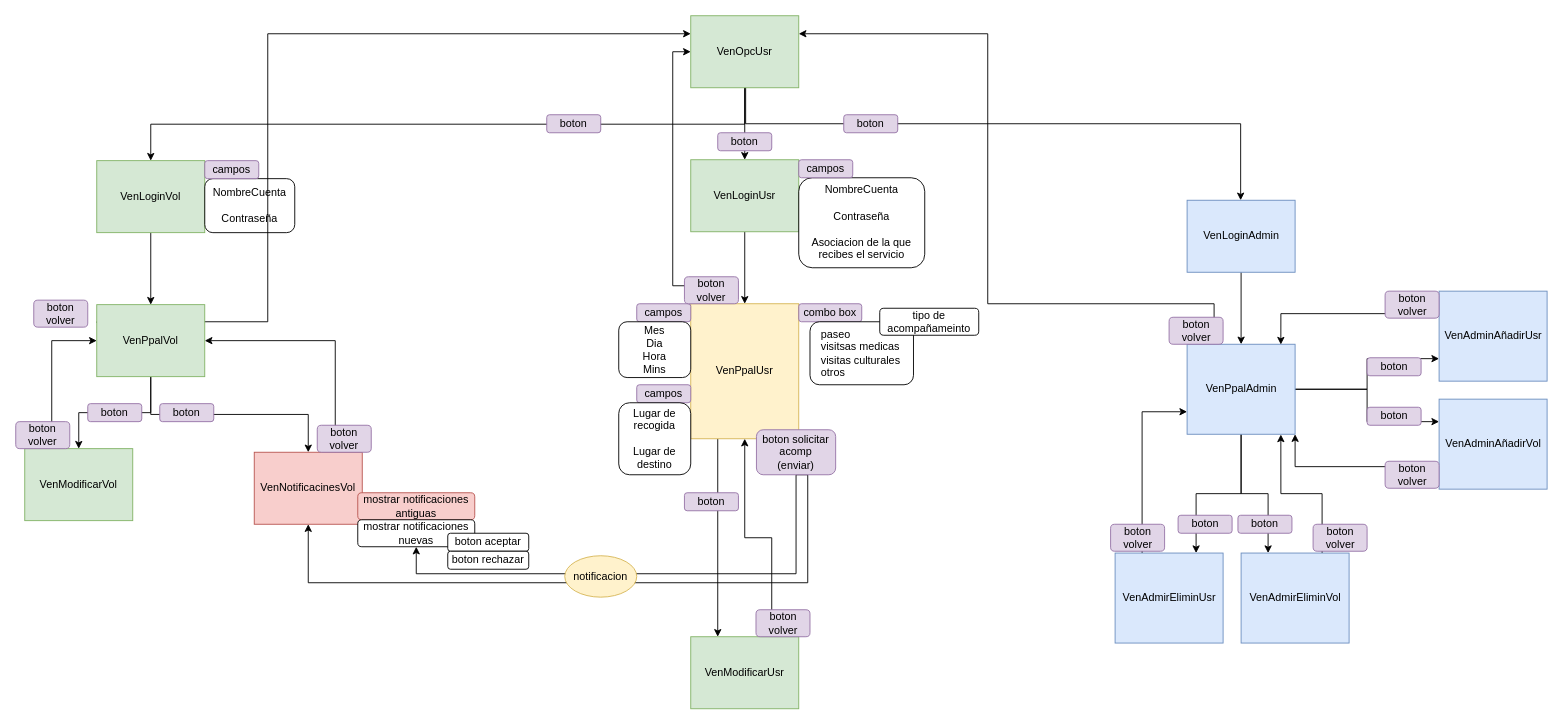
Before: Ventanas.drawio in Millan214/Volunteering-Services, a draw.io diagram. Source tidied: cells renumbered, new cells numbered last; positions are measured from the earlier drawing's top-left corner, leaving out a move shared by most shapes. Both pictures are drawn from the tidied source at 90%, with x=0, y=0 at pixel (15, 15).
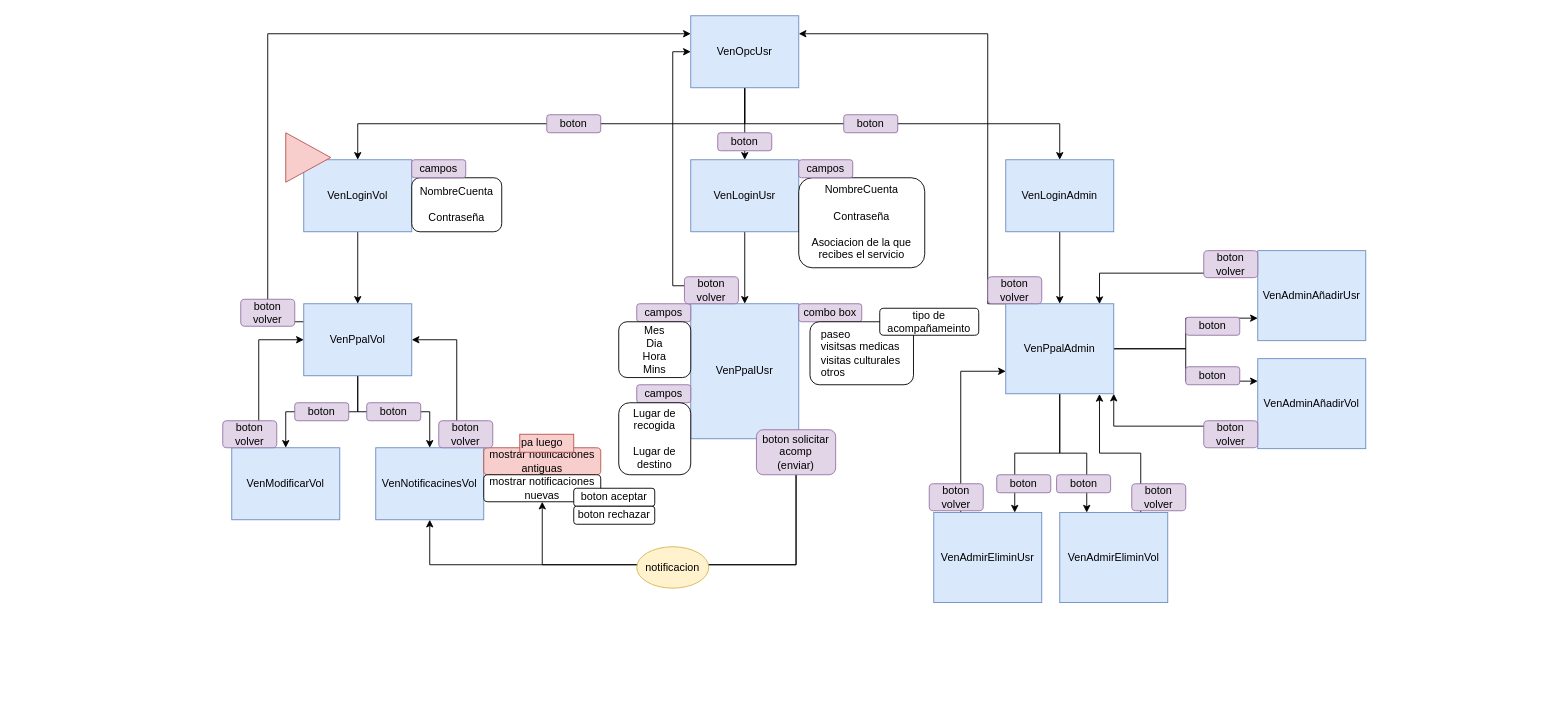
The same page after the edit.

The change refers to these unchanged cells:
```xml
<mxCell id="63" value="boton solicitar&lt;br&gt;acomp&lt;br&gt;(enviar)" style="rounded=1;whiteSpace=wrap;html=1;fillColor=#e1d5e7;strokeColor=#9673a6;" parent="1" vertex="1">
  <mxGeometry x="823" y="460" width="88" height="50" as="geometry" />
</mxCell>
```

Diff of the diagram source:
```diff
@@
     <mxCell id="2" style="edgeStyle=orthogonalEdgeStyle;rounded=0;jettySize=auto;html=1;exitX=0.5;exitY=1;exitDx=0;exitDy=0;" parent="1" edge="1" source="5" target="7">
-      <mxGeometry relative="1" as="geometry">
-        <Array as="points">
-          <mxPoint x="811" y="120" />
-          <mxPoint x="1361" y="120" />
-        </Array>
-      </mxGeometry>
+      <mxGeometry relative="1" as="geometry" />
     </mxCell>
@@
-    <mxCell id="5" value="VenOpcUsr" style="rounded=0;whiteSpace=wrap;html=1;fillColor=#d5e8d4;strokeColor=#82b366;" parent="1" vertex="1">
+    <mxCell id="5" value="VenOpcUsr" style="rounded=0;whiteSpace=wrap;html=1;fillColor=#dae8fc;strokeColor=#6c8ebf;" parent="1" vertex="1">
       <mxGeometry x="750" width="120" height="80" as="geometry" />
     </mxCell>
@@
     <mxCell id="7" value="VenLoginAdmin" style="rounded=0;whiteSpace=wrap;html=1;fillColor=#dae8fc;strokeColor=#6c8ebf;" parent="1" vertex="1">
-      <mxGeometry x="1301.5" y="205" width="120" height="80" as="geometry" />
+      <mxGeometry x="1100" y="160" width="120" height="80" as="geometry" />
     </mxCell>
@@
-    <mxCell id="9" value="VenLoginUsr" style="rounded=0;whiteSpace=wrap;html=1;fillColor=#d5e8d4;strokeColor=#82b366;" parent="1" vertex="1">
+    <mxCell id="9" value="VenLoginUsr" style="rounded=0;whiteSpace=wrap;html=1;fillColor=#dae8fc;strokeColor=#6c8ebf;" parent="1" vertex="1">
       <mxGeometry x="750" y="160" width="120" height="80" as="geometry" />
     </mxCell>
@@
-    <mxCell id="11" value="VenLoginVol" style="rounded=0;whiteSpace=wrap;html=1;fillColor=#d5e8d4;strokeColor=#82b366;" parent="1" vertex="1">
-      <mxGeometry x="90" y="161" width="120" height="80" as="geometry" />
+    <mxCell id="11" value="VenLoginVol" style="rounded=0;whiteSpace=wrap;html=1;fillColor=#dae8fc;strokeColor=#6c8ebf;" parent="1" vertex="1">
+      <mxGeometry x="320" y="160" width="120" height="80" as="geometry" />
     </mxCell>
@@
     <mxCell id="13" value="NombreCuenta&lt;br&gt;&lt;br&gt;Contraseña" style="rounded=1;whiteSpace=wrap;html=1;" parent="1" vertex="1">
-      <mxGeometry x="210" y="181" width="100" height="60" as="geometry" />
+      <mxGeometry x="440" y="180" width="100" height="60" as="geometry" />
     </mxCell>
@@
-    <mxCell id="17" value="VenPpalVol" style="rounded=0;whiteSpace=wrap;html=1;fillColor=#d5e8d4;strokeColor=#82b366;" parent="1" vertex="1">
-      <mxGeometry x="90" y="321" width="120" height="80" as="geometry" />
+    <mxCell id="17" value="VenPpalVol" style="rounded=0;whiteSpace=wrap;html=1;fillColor=#dae8fc;strokeColor=#6c8ebf;" parent="1" vertex="1">
+      <mxGeometry x="320" y="320" width="120" height="80" as="geometry" />
     </mxCell>
@@
-    <mxCell id="19" value="VenModificarVol" style="rounded=0;whiteSpace=wrap;html=1;fillColor=#d5e8d4;strokeColor=#82b366;" parent="1" vertex="1">
-      <mxGeometry x="10" y="481" width="120" height="80" as="geometry" />
+    <mxCell id="19" value="VenModificarVol" style="rounded=0;whiteSpace=wrap;html=1;fillColor=#dae8fc;strokeColor=#6c8ebf;" parent="1" vertex="1">
+      <mxGeometry x="240" y="480" width="120" height="80" as="geometry" />
     </mxCell>
@@
-    <mxCell id="21" value="VenNotificacinesVol" style="rounded=0;whiteSpace=wrap;html=1;fillColor=#f8cecc;strokeColor=#b85450;" parent="1" vertex="1">
-      <mxGeometry x="265" y="485" width="120" height="80" as="geometry" />
+    <mxCell id="21" value="VenNotificacinesVol" style="rounded=0;whiteSpace=wrap;html=1;fillColor=#dae8fc;strokeColor=#6c8ebf;" parent="1" vertex="1">
+      <mxGeometry x="400" y="480" width="120" height="80" as="geometry" />
     </mxCell>
     <mxCell id="22" value="boton" style="rounded=1;whiteSpace=wrap;html=1;fillColor=#e1d5e7;strokeColor=#9673a6;" parent="1" vertex="1">
-      <mxGeometry x="160" y="431" width="60" height="20" as="geometry" />
+      <mxGeometry x="390" y="430" width="60" height="20" as="geometry" />
     </mxCell>
     <mxCell id="23" value="boton" style="rounded=1;whiteSpace=wrap;html=1;fillColor=#e1d5e7;strokeColor=#9673a6;" parent="1" vertex="1">
-      <mxGeometry x="80" y="431" width="60" height="20" as="geometry" />
+      <mxGeometry x="310" y="430" width="60" height="20" as="geometry" />
     </mxCell>
@@
     <mxCell id="27" value="campos" style="rounded=1;whiteSpace=wrap;html=1;fillColor=#e1d5e7;strokeColor=#9673a6;" parent="1" vertex="1">
-      <mxGeometry x="210" y="161" width="60" height="20" as="geometry" />
+      <mxGeometry x="440" y="160" width="60" height="20" as="geometry" />
     </mxCell>
@@
     <mxCell id="29" value="mostrar notificaciones&lt;br&gt;antiguas" style="rounded=1;whiteSpace=wrap;html=1;fillColor=#f8cecc;strokeColor=#b85450;" parent="1" vertex="1">
-      <mxGeometry x="380" y="530" width="130" height="30" as="geometry" />
+      <mxGeometry x="520" y="480" width="130" height="30" as="geometry" />
     </mxCell>
     <mxCell id="30" value="mostrar notificaciones&lt;br&gt;nuevas" style="rounded=1;whiteSpace=wrap;html=1;" parent="1" vertex="1">
-      <mxGeometry x="380" y="560" width="130" height="30" as="geometry" />
+      <mxGeometry x="520" y="510" width="130" height="30" as="geometry" />
     </mxCell>
@@
-    <mxCell id="32" style="edgeStyle=orthogonalEdgeStyle;rounded=0;jettySize=auto;html=1;exitX=0.25;exitY=1;exitDx=0;exitDy=0;entryX=0.25;entryY=0;entryDx=0;entryDy=0;" parent="1" edge="1" source="33" target="75">
-      <mxGeometry relative="1" as="geometry" />
-    </mxCell>
-    <mxCell id="33" value="VenPpalUsr" style="rounded=0;whiteSpace=wrap;html=1;fillColor=#fff2cc;strokeColor=#d6b656;" parent="1" vertex="1">
+    <mxCell id="33" value="VenPpalUsr" style="rounded=0;whiteSpace=wrap;html=1;fillColor=#dae8fc;strokeColor=#6c8ebf;" parent="1" vertex="1">
       <mxGeometry x="750" y="320" width="120" height="150" as="geometry" />
     </mxCell>
@@
     <mxCell id="37" value="boton aceptar" style="rounded=1;whiteSpace=wrap;html=1;" parent="1" vertex="1">
-      <mxGeometry x="480" y="575" width="90" height="20" as="geometry" />
+      <mxGeometry x="620" y="525" width="90" height="20" as="geometry" />
     </mxCell>
     <mxCell id="38" value="boton rechazar" style="rounded=1;whiteSpace=wrap;html=1;" parent="1" vertex="1">
-      <mxGeometry x="480" y="595" width="90" height="20" as="geometry" />
+      <mxGeometry x="620" y="545" width="90" height="20" as="geometry" />
     </mxCell>
@@
     <mxCell id="48" value="VenPpalAdmin" style="rounded=0;whiteSpace=wrap;html=1;fillColor=#dae8fc;strokeColor=#6c8ebf;" parent="1" vertex="1">
-      <mxGeometry x="1301.5" y="365" width="120" height="100" as="geometry" />
+      <mxGeometry x="1100" y="320" width="120" height="100" as="geometry" />
     </mxCell>
@@
     <mxCell id="50" value="VenAdminAñadirUsr" style="rounded=0;whiteSpace=wrap;html=1;fillColor=#dae8fc;strokeColor=#6c8ebf;" parent="1" vertex="1">
-      <mxGeometry x="1581.5" y="306" width="120" height="100" as="geometry" />
+      <mxGeometry x="1380" y="261" width="120" height="100" as="geometry" />
     </mxCell>
@@
     <mxCell id="52" value="VenAdminAñadirVol" style="rounded=0;whiteSpace=wrap;html=1;fillColor=#dae8fc;strokeColor=#6c8ebf;" parent="1" vertex="1">
-      <mxGeometry x="1581.5" y="426" width="120" height="100" as="geometry" />
+      <mxGeometry x="1380" y="381" width="120" height="100" as="geometry" />
     </mxCell>
     <mxCell id="53" value="boton" style="rounded=1;whiteSpace=wrap;html=1;fillColor=#e1d5e7;strokeColor=#9673a6;" parent="1" vertex="1">
-      <mxGeometry x="1501.5" y="380" width="60" height="20" as="geometry" />
+      <mxGeometry x="1300" y="335" width="60" height="20" as="geometry" />
     </mxCell>
     <mxCell id="54" value="boton" style="rounded=1;whiteSpace=wrap;html=1;fillColor=#e1d5e7;strokeColor=#9673a6;" parent="1" vertex="1">
-      <mxGeometry x="1501.5" y="435" width="60" height="20" as="geometry" />
+      <mxGeometry x="1300" y="390" width="60" height="20" as="geometry" />
     </mxCell>
@@
     <mxCell id="56" value="VenAdmirEliminUsr" style="rounded=0;whiteSpace=wrap;html=1;fillColor=#dae8fc;strokeColor=#6c8ebf;" parent="1" vertex="1">
-      <mxGeometry x="1221.5" y="597" width="120" height="100" as="geometry" />
+      <mxGeometry x="1020" y="552" width="120" height="100" as="geometry" />
     </mxCell>
@@
     <mxCell id="58" value="VenAdmirEliminVol" style="rounded=0;whiteSpace=wrap;html=1;fillColor=#dae8fc;strokeColor=#6c8ebf;" parent="1" vertex="1">
-      <mxGeometry x="1361.5" y="597" width="120" height="100" as="geometry" />
+      <mxGeometry x="1160" y="552" width="120" height="100" as="geometry" />
     </mxCell>
     <mxCell id="59" value="boton" style="rounded=1;whiteSpace=wrap;html=1;fillColor=#e1d5e7;strokeColor=#9673a6;" parent="1" vertex="1">
-      <mxGeometry x="1291.5" y="555" width="60" height="20" as="geometry" />
+      <mxGeometry x="1090" y="510" width="60" height="20" as="geometry" />
     </mxCell>
     <mxCell id="60" value="boton" style="rounded=1;whiteSpace=wrap;html=1;fillColor=#e1d5e7;strokeColor=#9673a6;" parent="1" vertex="1">
-      <mxGeometry x="1358" y="555" width="60" height="20" as="geometry" />
+      <mxGeometry x="1156.5" y="510" width="60" height="20" as="geometry" />
     </mxCell>
+    <mxCell id="62" style="edgeStyle=orthogonalEdgeStyle;rounded=0;jettySize=auto;html=1;exitX=0.5;exitY=1;exitDx=0;exitDy=0;entryX=0.5;entryY=1;entryDx=0;entryDy=0;" parent="1" edge="1" source="63" target="21">
+      <mxGeometry relative="1" as="geometry">
+        <Array as="points">
+          <mxPoint x="867" y="610" />
+          <mxPoint x="460" y="610" />
+        </Array>
+      </mxGeometry>
+    </mxCell>
     <mxCell id="61" style="edgeStyle=orthogonalEdgeStyle;rounded=0;jettySize=auto;html=1;exitX=0.5;exitY=1;exitDx=0;exitDy=0;entryX=0.5;entryY=1;entryDx=0;entryDy=0;" parent="1" edge="1" source="63" target="30">
       <mxGeometry relative="1" as="geometry">
         <Array as="points">
-          <mxPoint x="867" y="620" />
-          <mxPoint x="445" y="620" />
+          <mxPoint x="867" y="610" />
+          <mxPoint x="585" y="610" />
         </Array>
       </mxGeometry>
     </mxCell>
-    <mxCell id="62" style="edgeStyle=orthogonalEdgeStyle;rounded=0;jettySize=auto;html=1;exitX=0.5;exitY=1;exitDx=0;exitDy=0;entryX=0.5;entryY=1;entryDx=0;entryDy=0;" parent="1" edge="1" source="63" target="21">
-      <mxGeometry relative="1" as="geometry">
-        <Array as="points">
-          <mxPoint x="880" y="510" />
-          <mxPoint x="880" y="630" />
-          <mxPoint x="325" y="630" />
-        </Array>
-      </mxGeometry>
-    </mxCell>
@@
     <mxCell id="64" value="notificacion" style="ellipse;whiteSpace=wrap;html=1;fillColor=#fff2cc;strokeColor=#d6b656;" parent="1" vertex="1">
-      <mxGeometry x="610" y="600" width="80" height="46" as="geometry" />
+      <mxGeometry x="690" y="590" width="80" height="46" as="geometry" />
     </mxCell>
     <mxCell id="65" value="boton&lt;br&gt;volver" style="rounded=1;whiteSpace=wrap;html=1;fillColor=#e1d5e7;strokeColor=#9673a6;" parent="1" vertex="1">
-      <mxGeometry y="451" width="60" height="30" as="geometry" />
+      <mxGeometry x="230" y="450" width="60" height="30" as="geometry" />
     </mxCell>
     <mxCell id="66" value="boton&lt;br&gt;volver" style="rounded=1;whiteSpace=wrap;html=1;fillColor=#e1d5e7;strokeColor=#9673a6;" parent="1" vertex="1">
-      <mxGeometry x="335" y="455" width="60" height="30" as="geometry" />
+      <mxGeometry x="470" y="450" width="60" height="30" as="geometry" />
     </mxCell>
     <mxCell id="67" value="boton&lt;br&gt;volver" style="rounded=1;whiteSpace=wrap;html=1;fillColor=#e1d5e7;strokeColor=#9673a6;" parent="1" vertex="1">
-      <mxGeometry x="20" y="316" width="60" height="30" as="geometry" />
+      <mxGeometry x="250" y="315" width="60" height="30" as="geometry" />
     </mxCell>
@@
     <mxCell id="69" value="boton&lt;br&gt;volver" style="rounded=1;whiteSpace=wrap;html=1;fillColor=#e1d5e7;strokeColor=#9673a6;" parent="1" vertex="1">
-      <mxGeometry x="1281.5" y="335" width="60" height="30" as="geometry" />
+      <mxGeometry x="1080" y="290" width="60" height="30" as="geometry" />
     </mxCell>
     <mxCell id="70" value="boton&lt;br&gt;volver" style="rounded=1;whiteSpace=wrap;html=1;fillColor=#e1d5e7;strokeColor=#9673a6;" parent="1" vertex="1">
-      <mxGeometry x="1441.5" y="565" width="60" height="30" as="geometry" />
+      <mxGeometry x="1240" y="520" width="60" height="30" as="geometry" />
     </mxCell>
     <mxCell id="71" value="boton&lt;br&gt;volver" style="rounded=1;whiteSpace=wrap;html=1;fillColor=#e1d5e7;strokeColor=#9673a6;" parent="1" vertex="1">
-      <mxGeometry x="1216.5" y="565" width="60" height="30" as="geometry" />
+      <mxGeometry x="1015" y="520" width="60" height="30" as="geometry" />
     </mxCell>
     <mxCell id="72" value="boton&lt;br&gt;volver" style="rounded=1;whiteSpace=wrap;html=1;fillColor=#e1d5e7;strokeColor=#9673a6;" parent="1" vertex="1">
-      <mxGeometry x="1521.5" y="495" width="60" height="30" as="geometry" />
+      <mxGeometry x="1320" y="450" width="60" height="30" as="geometry" />
     </mxCell>
     <mxCell id="73" value="boton&lt;br&gt;volver" style="rounded=1;whiteSpace=wrap;html=1;fillColor=#e1d5e7;strokeColor=#9673a6;" parent="1" vertex="1">
-      <mxGeometry x="1521.5" y="306" width="60" height="30" as="geometry" />
+      <mxGeometry x="1320" y="261" width="60" height="30" as="geometry" />
     </mxCell>
-    <mxCell id="74" style="edgeStyle=orthogonalEdgeStyle;rounded=0;jettySize=auto;html=1;exitX=0.75;exitY=0;exitDx=0;exitDy=0;" parent="1" edge="1" source="75" target="33">
-      <mxGeometry relative="1" as="geometry" />
-    </mxCell>
-    <mxCell id="75" value="VenModificarUsr" style="rounded=0;whiteSpace=wrap;html=1;fillColor=#d5e8d4;strokeColor=#82b366;" parent="1" vertex="1">
-      <mxGeometry x="750" y="690" width="120" height="80" as="geometry" />
-    </mxCell>
-    <mxCell id="76" value="boton&lt;br&gt;volver" style="rounded=1;whiteSpace=wrap;html=1;fillColor=#e1d5e7;strokeColor=#9673a6;" parent="1" vertex="1">
-      <mxGeometry x="822.5" y="660" width="60" height="30" as="geometry" />
-    </mxCell>
-    <mxCell id="77" value="boton" style="rounded=1;whiteSpace=wrap;html=1;fillColor=#e1d5e7;strokeColor=#9673a6;" parent="1" vertex="1">
-      <mxGeometry x="743" y="530" width="60" height="20" as="geometry" />
-    </mxCell>
+    <mxCell id="78" value="pa luego" style="text;html=1;align=left;verticalAlign=top;spacingTop=-4;fillColor=#f8cecc;strokeColor=#b85450;" parent="1" vertex="1">
+      <mxGeometry x="560" y="465" width="60" height="20" as="geometry" />
+    </mxCell>
+    <mxCell id="79" style="triangle;whiteSpace=wrap;html=1;fillColor=#f8cecc;strokeColor=#b85450;" parent="1" vertex="1">
+      <mxGeometry x="300" y="130" width="50" height="55" as="geometry" />
+    </mxCell>
```
